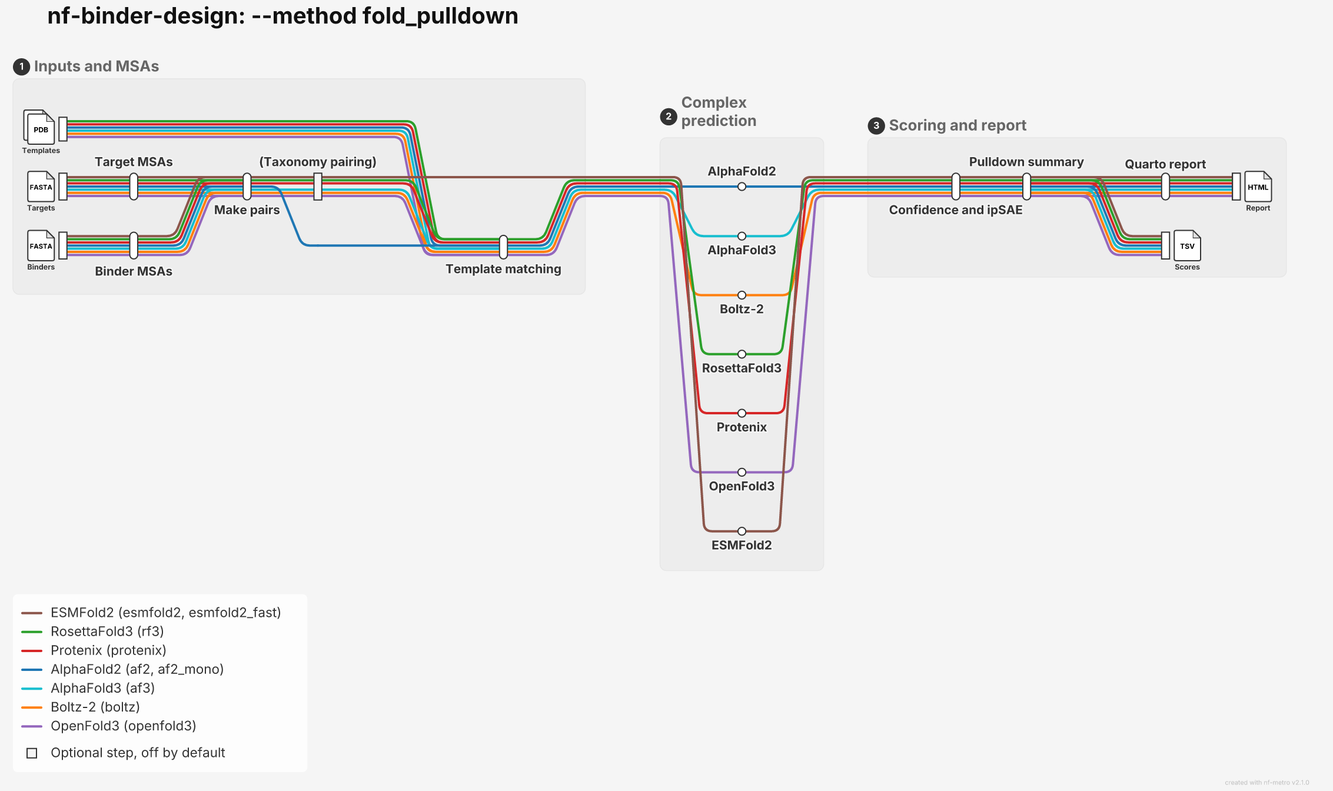
Australian-Protein-Design-Initiative/nf-binder-design keeps this Mermaid diagram as docs/docs/images/fold_pulldown_metro_map.png. Above is the earlier version. Its source is kept beside it as docs/metro/fold_pulldown_metro_map.mmd.
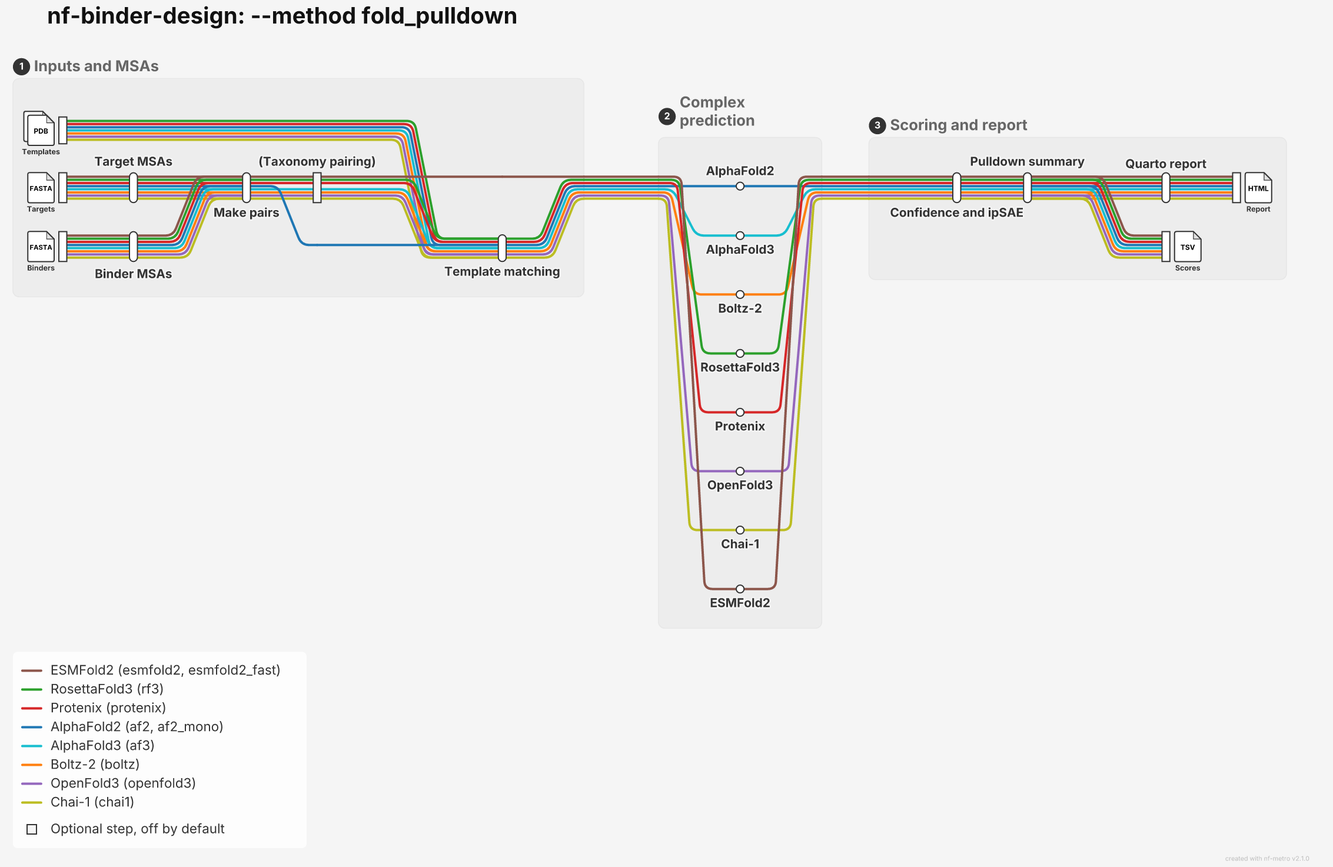
Later version of the same file.

Change to the diagram source:
```diff
@@ -9,14 +9,14 @@
         pairing["(Taxonomy pairing)"]
         templates_in[ ]
         match_templates[Template matching]
-        targets_in -->|af3,boltz,openfold3,rf3,protenix,esmfold2,af2| msa_search
-        msa_search -->|af3,boltz,openfold3,rf3,protenix,esmfold2,af2| pairs
-        binders_in -->|rf3,protenix,esmfold2,af2,af3,boltz,openfold3| binder_msa
-        binder_msa -->|rf3,protenix,esmfold2,af2,af3,boltz,openfold3| pairs
-        pairs -->|af3,boltz,openfold3,rf3,protenix,esmfold2| pairing
+        targets_in -->|af3,boltz,openfold3,chai1,rf3,protenix,esmfold2,af2| msa_search
+        msa_search -->|af3,boltz,openfold3,chai1,rf3,protenix,esmfold2,af2| pairs
+        binders_in -->|rf3,protenix,esmfold2,af2,af3,boltz,openfold3,chai1| binder_msa
+        binder_msa -->|rf3,protenix,esmfold2,af2,af3,boltz,openfold3,chai1| pairs
+        pairs -->|af3,boltz,openfold3,chai1,rf3,protenix,esmfold2| pairing
         pairs -->|af2| match_templates
-        pairing -->|af3,boltz,rf3,protenix,openfold3| match_templates
-        templates_in -->|af2,af3,boltz,rf3,protenix,openfold3| match_templates
+        pairing -->|af3,boltz,rf3,protenix,openfold3,chai1| match_templates
+        templates_in -->|af2,af3,boltz,rf3,protenix,openfold3,chai1| match_templates
     end
 
     subgraph predict [Complex prediction]
@@ -26,6 +26,7 @@
         rf3_run[RosettaFold3]
         protenix_run[Protenix]
         openfold3_run[OpenFold3]
+        chai1_run[Chai-1]
         esmfold2_run[ESMFold2]
     end
 
@@ -35,10 +36,10 @@
         report[Quarto report]
         scores_out[ ]
         report_out[ ]
-        confidence -->|af3,boltz,openfold3,rf3,protenix,esmfold2,af2| summary
-        summary -->|af3,boltz,openfold3,rf3,protenix,esmfold2,af2| scores_out
-        summary -->|af3,boltz,openfold3,rf3,protenix,esmfold2,af2| report
-        report -->|af3,boltz,openfold3,rf3,protenix,esmfold2,af2| report_out
+        confidence -->|af3,boltz,openfold3,chai1,rf3,protenix,esmfold2,af2| summary
+        summary -->|af3,boltz,openfold3,chai1,rf3,protenix,esmfold2,af2| scores_out
+        summary -->|af3,boltz,openfold3,chai1,rf3,protenix,esmfold2,af2| report
+        report -->|af3,boltz,openfold3,chai1,rf3,protenix,esmfold2,af2| report_out
     end
 
     match_templates -->|af2| af2_run
@@ -47,6 +48,7 @@
     match_templates -->|rf3| rf3_run
     match_templates -->|protenix| protenix_run
     match_templates -->|openfold3| openfold3_run
+    match_templates -->|chai1| chai1_run
     pairing -->|esmfold2| esmfold2_run
     af2_run -->|af2| confidence
     af3_run -->|af3| confidence
@@ -54,4 +56,5 @@
     rf3_run -->|rf3| confidence
     protenix_run -->|protenix| confidence
     openfold3_run -->|openfold3| confidence
+    chai1_run -->|chai1| confidence
     esmfold2_run -->|esmfold2| confidence
```
